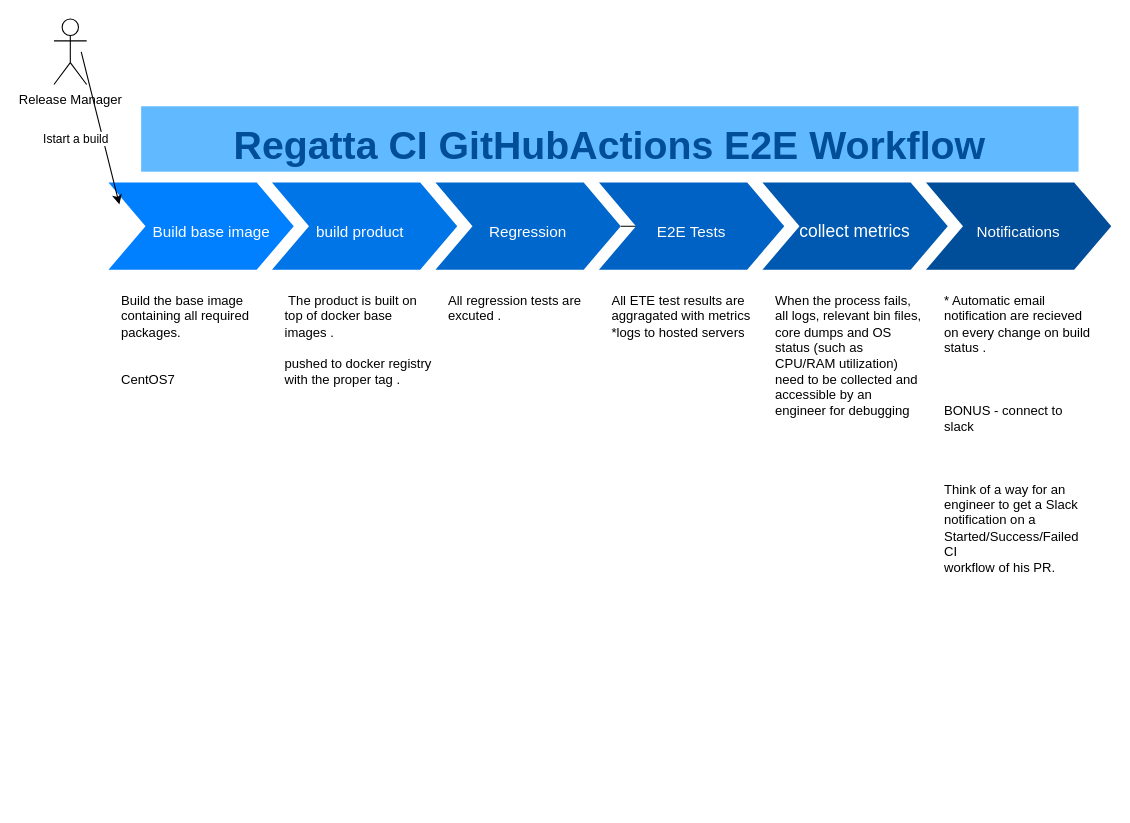
Earlier version of the draw.io diagram page "E2E-Workflow" (2 of 3) of timeline.drawio (orenevan/diagrams). Source tidied: cells renumbered, new cells numbered last; positions are measured from the earlier drawing's top-left corner, leaving out a move shared by most shapes. Both pictures are drawn from the tidied source at 109%, with x=0, y=0 at pixel (53, 19).
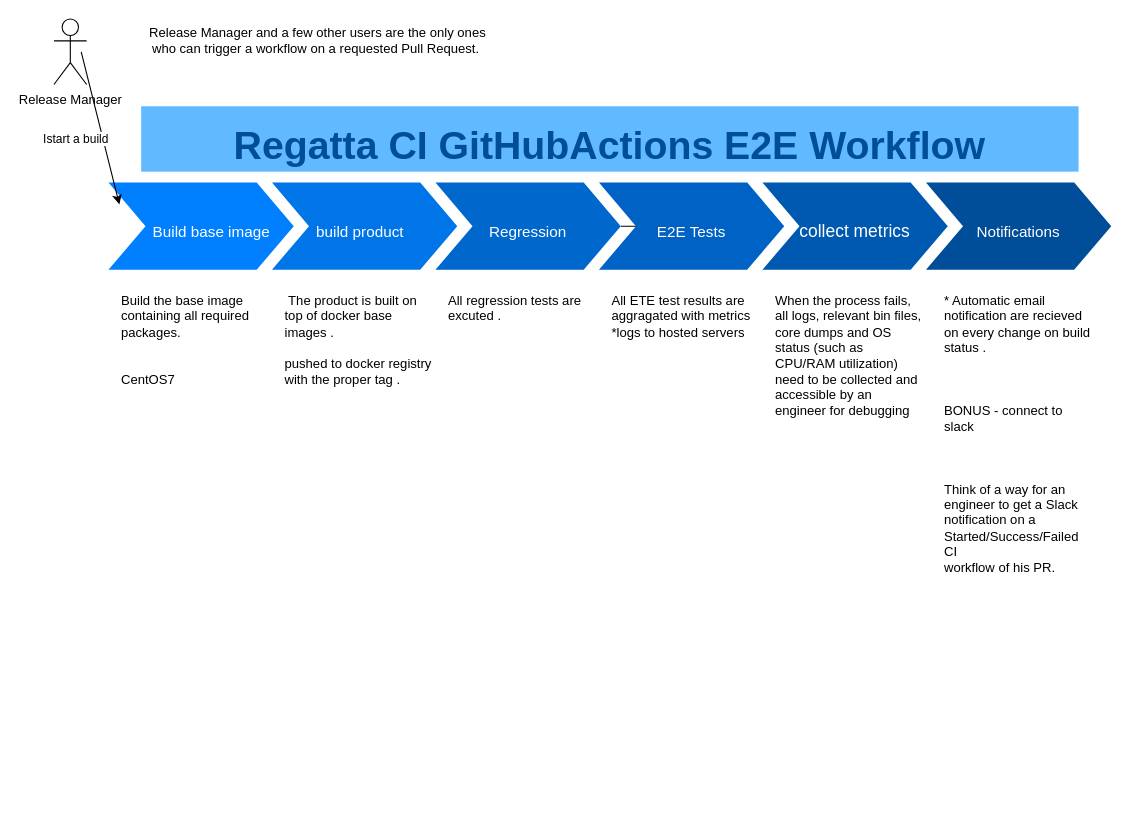
After the change.

The edit, as a diff of the source:
```diff
@@
 <mxGraphModel>
   <root>
     <mxCell id="0" />
     <mxCell id="1" parent="0" />
     <mxCell id="2" value="&lt;font style=&quot;font-size: 14px;&quot;&gt;&amp;nbsp; &amp;nbsp; &amp;nbsp;Build base image&lt;/font&gt;" style="shape=step;whiteSpace=wrap;html=1;fontSize=28;fillColor=#0080FF;fontColor=#FFFFFF;strokeColor=none;" parent="1" vertex="1">
       <mxGeometry x="50" y="150" width="170" height="80" as="geometry" />
     </mxCell>
     <mxCell id="3" value="&lt;font style=&quot;font-size: 14px;&quot;&gt;build product&lt;/font&gt;&amp;nbsp;" style="shape=step;whiteSpace=wrap;html=1;fontSize=28;fillColor=#0075E8;fontColor=#FFFFFF;strokeColor=none;" parent="1" vertex="1">
       <mxGeometry x="200" y="150" width="170" height="80" as="geometry" />
     </mxCell>
     <mxCell id="4" style="edgeStyle=orthogonalEdgeStyle;rounded=0;jettySize=auto;html=1;exitX=1;exitY=0.5;exitDx=0;exitDy=0;entryX=0.211;entryY=0.532;entryDx=0;entryDy=0;entryPerimeter=0;" parent="1" edge="1" source="5" target="6">
       <mxGeometry relative="1" as="geometry" />
     </mxCell>
     <mxCell id="5" value="&lt;font style=&quot;font-size: 14px;&quot;&gt;Regression&lt;/font&gt;" style="shape=step;whiteSpace=wrap;html=1;fontSize=28;fillColor=#0067CC;fontColor=#FFFFFF;strokeColor=none;" parent="1" vertex="1">
       <mxGeometry x="350" y="150" width="170" height="80" as="geometry" />
     </mxCell>
     <mxCell id="6" value="&lt;span style=&quot;font-size: 14px;&quot;&gt;E2E Tests&lt;/span&gt;" style="shape=step;whiteSpace=wrap;html=1;fontSize=28;fillColor=#0062C4;fontColor=#FFFFFF;strokeColor=none;" parent="1" vertex="1">
       <mxGeometry x="500" y="150" width="170" height="80" as="geometry" />
     </mxCell>
     <mxCell id="7" value="&lt;font size=&quot;3&quot;&gt;collect metrics&lt;/font&gt;" style="shape=step;whiteSpace=wrap;html=1;fontSize=28;fillColor=#0059B0;fontColor=#FFFFFF;strokeColor=none;" parent="1" vertex="1">
       <mxGeometry x="650" y="150" width="170" height="80" as="geometry" />
     </mxCell>
     <mxCell id="8" value="&lt;font style=&quot;font-size: 14px;&quot;&gt;Notifications&lt;/font&gt;" style="shape=step;whiteSpace=wrap;html=1;fontSize=28;fillColor=#004D99;fontColor=#FFFFFF;strokeColor=none;" parent="1" vertex="1">
       <mxGeometry x="800" y="150" width="170" height="80" as="geometry" />
     </mxCell>
     <mxCell id="9" value="&lt;font style=&quot;font-size: 36px;&quot;&gt;Regatta CI GitHubActions E2E Workflow&lt;/font&gt;" style="text;html=1;strokeColor=none;fillColor=#61BAFF;align=center;verticalAlign=middle;whiteSpace=wrap;fontSize=54;fontStyle=1;fontColor=#004D99;" parent="1" vertex="1">
       <mxGeometry x="80" y="80" width="860" height="60" as="geometry" />
     </mxCell>
     <mxCell id="10" value="Build the base image containing all required packages.&amp;nbsp;&lt;br&gt;&lt;br&gt;&lt;br&gt;CentOS7&amp;nbsp;&lt;br&gt;&lt;br&gt;&lt;br&gt;&lt;br&gt;" style="text;spacingTop=-5;fillColor=#ffffff;whiteSpace=wrap;html=1;align=left;fontSize=12;fontFamily=Helvetica;fillColor=none;strokeColor=none;" parent="1" vertex="1">
       <mxGeometry x="60" y="250" width="140" height="470" as="geometry" />
     </mxCell>
     <mxCell id="11" value="&amp;nbsp;The product is built on top of docker base images .&lt;br&gt;&lt;br&gt;pushed to docker registry with the proper tag ." style="text;spacingTop=-5;fillColor=#ffffff;whiteSpace=wrap;html=1;align=left;fontSize=12;fontFamily=Helvetica;fillColor=none;strokeColor=none;" parent="1" vertex="1">
       <mxGeometry x="210" y="250" width="140" height="470" as="geometry" />
     </mxCell>
     <mxCell id="12" value="All regression tests are excuted .&amp;nbsp;" style="text;spacingTop=-5;fillColor=#ffffff;whiteSpace=wrap;html=1;align=left;fontSize=12;fontFamily=Helvetica;fillColor=none;strokeColor=none;" parent="1" vertex="1">
       <mxGeometry x="360" y="250" width="140" height="470" as="geometry" />
     </mxCell>
     <mxCell id="13" value="All ETE test results are aggragated with metrics *logs to hosted servers&amp;nbsp;&lt;br&gt;" style="text;spacingTop=-5;fillColor=#ffffff;whiteSpace=wrap;html=1;align=left;fontSize=12;fontFamily=Helvetica;fillColor=none;strokeColor=none;" parent="1" vertex="1">
       <mxGeometry x="510" y="250" width="140" height="470" as="geometry" />
     </mxCell>
     <mxCell id="14" value="When the process fails, all logs, relevant bin files, core dumps and OS status (such as CPU/RAM utilization) need to be collected and accessible by an engineer for debugging" style="text;spacingTop=-5;fillColor=#ffffff;whiteSpace=wrap;html=1;align=left;fontSize=12;fontFamily=Helvetica;fillColor=none;strokeColor=none;" parent="1" vertex="1">
       <mxGeometry x="660" y="250" width="140" height="470" as="geometry" />
     </mxCell>
     <mxCell id="15" value="* Automatic email notification are recieved on every change on build status .&amp;nbsp;&lt;br&gt;&lt;br&gt;&lt;br&gt;&lt;br&gt;BONUS - connect to slack&amp;nbsp;&lt;br&gt;&lt;br&gt;&lt;br&gt;&lt;br&gt;&lt;div&gt;Think of a way for an engineer to get a Slack notification on a Started/Success/Failed CI&lt;/div&gt;&lt;div&gt;workflow of his PR.&lt;/div&gt;" style="text;spacingTop=-5;fillColor=#ffffff;whiteSpace=wrap;html=1;align=left;fontSize=12;fontFamily=Helvetica;fillColor=none;strokeColor=none;" parent="1" vertex="1">
       <mxGeometry x="815" y="250" width="140" height="470" as="geometry" />
     </mxCell>
     <mxCell id="16" value="Release Manager&lt;br&gt;" style="shape=umlActor;verticalLabelPosition=bottom;verticalAlign=top;html=1;" parent="1" vertex="1">
       <mxGeometry width="30" height="60" as="geometry" />
     </mxCell>
     <mxCell id="17" value="Istart&amp;nbsp;a build" style="endArrow=classic;html=1;rounded=0;exitX=0.5;exitY=0.5;exitDx=0;exitDy=0;exitPerimeter=0;entryX=0;entryY=0.25;entryDx=0;entryDy=0;" parent="1" edge="1">
       <mxGeometry x="0.06" y="-24" relative="1" as="geometry">
         <mxPoint x="25" y="30" as="sourcePoint" />
         <mxPoint x="60" y="170" as="targetPoint" />
       </mxGeometry>
     </mxCell>
+    <mxCell id="18" value="&amp;nbsp;Release Manager and a few other users are the only ones &lt;br&gt;who can trigger a workflow on a requested Pull Request." style="text;html=1;align=center;verticalAlign=middle;strokeColor=none;fillColor=none;" parent="1" vertex="1">
+      <mxGeometry x="70" width="340" height="40" as="geometry" />
+    </mxCell>
   </root>
 </mxGraphModel>
```
